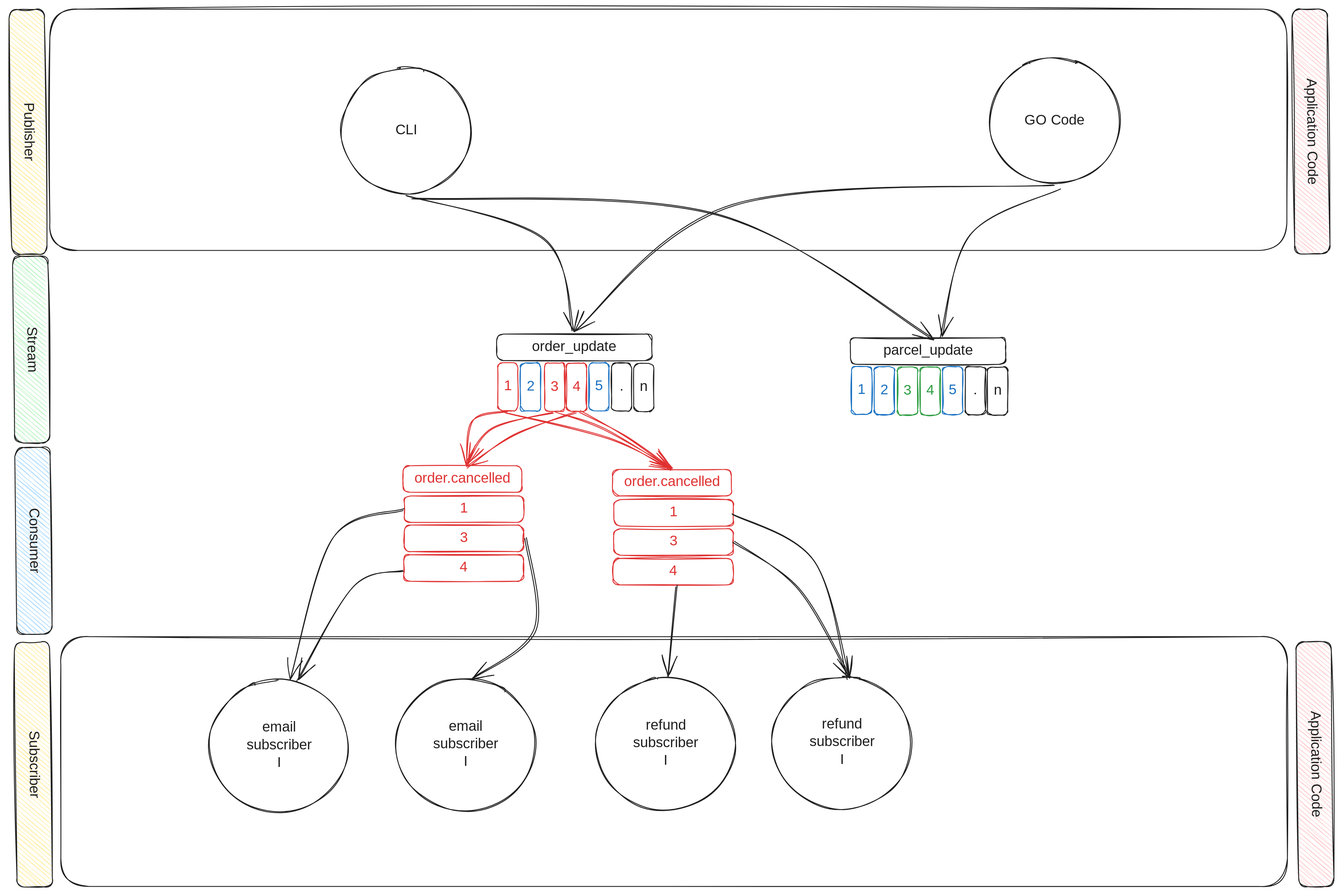
Before: website/static/002-concepts/001-overview/kanthorq-architecture.svg, a diagram exported from Excalidraw (kanthorlabs/kanthorq). Source tidied: one line per element, renumbered; positions are measured from the earlier drawing's top-left corner, leaving out a move shared by most shapes.
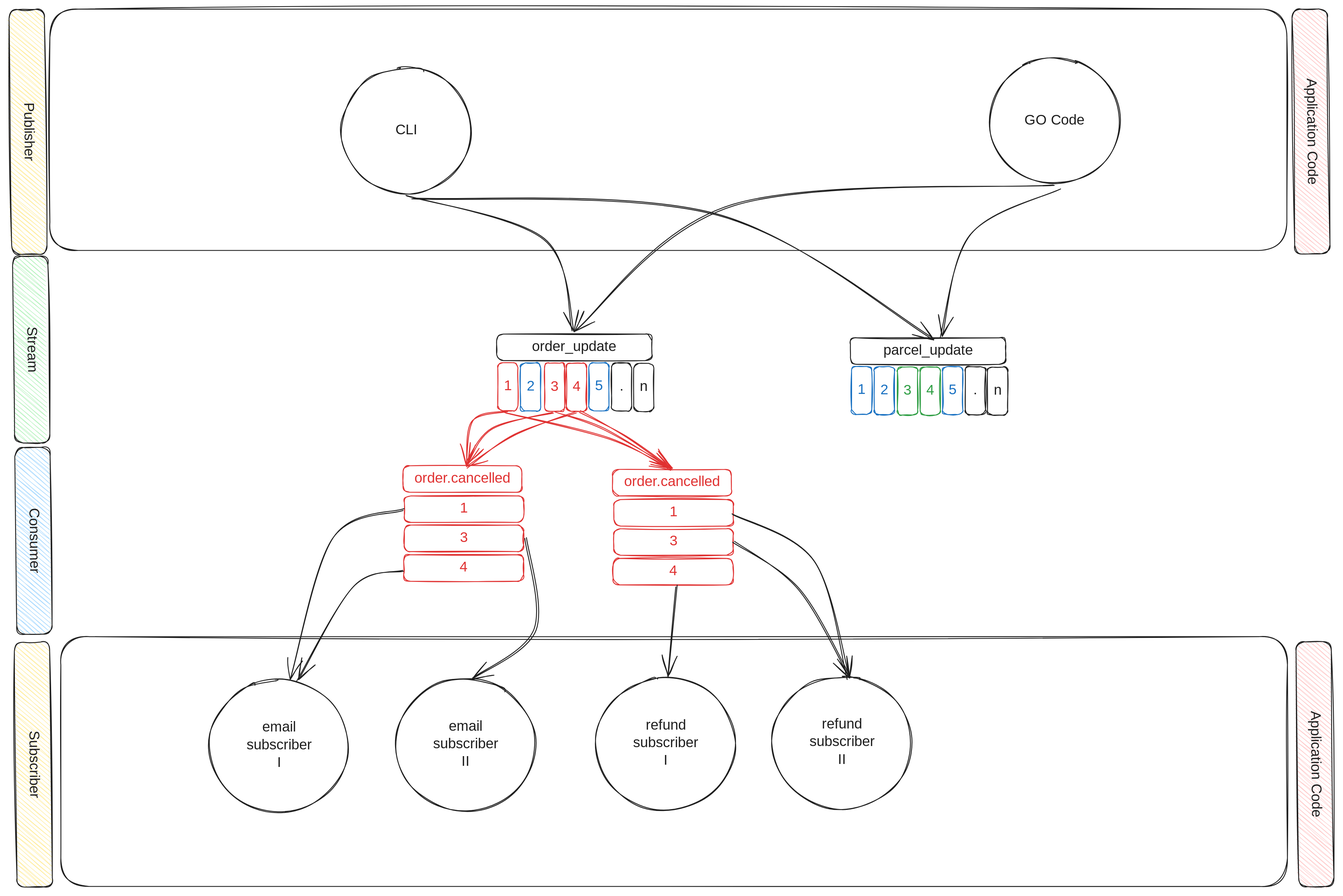
The same file after the commit.

The edit, as a diff of the source:
```diff
@@ -53,9 +53,9 @@
 {"id": 52, "type": "ellipse", "strokeColor": "#1e1e1e", "strokeWidth": 1, "roughness": 1, "round": true, "x": 344, "y": 759, "width": 158, "height": 150}
 {"id": 53, "type": "text", "text": "email\nsubscriber\nI", "strokeColor": "#1e1e1e", "strokeWidth": 1, "roughness": 1, "fontSize": 16, "fontFamily": 1, "textAlign": "center", "verticalAlign": "middle", "inside": 52, "x": 385, "y": 804, "width": 77, "height": 60}
 {"id": 54, "type": "ellipse", "strokeColor": "#1e1e1e", "strokeWidth": 1, "roughness": 1, "round": true, "x": 555, "y": 758, "width": 158, "height": 150}
-{"id": 55, "type": "text", "text": "email\nsubscriber\nI", "strokeColor": "#1e1e1e", "strokeWidth": 1, "roughness": 1, "fontSize": 16, "fontFamily": 1, "textAlign": "center", "verticalAlign": "middle", "inside": 54, "x": 596, "y": 803, "width": 77, "height": 60}
+{"id": 55, "type": "text", "text": "email\nsubscriber\nII", "strokeColor": "#1e1e1e", "strokeWidth": 1, "roughness": 1, "fontSize": 16, "fontFamily": 1, "textAlign": "center", "verticalAlign": "middle", "inside": 54, "x": 596, "y": 803, "width": 77, "height": 60}
 {"id": 56, "type": "ellipse", "strokeColor": "#1e1e1e", "strokeWidth": 1, "roughness": 1, "round": true, "x": 982, "y": 756, "width": 158, "height": 150}
-{"id": 57, "type": "text", "text": "refund\nsubscriber\nI", "strokeColor": "#1e1e1e", "strokeWidth": 1, "roughness": 1, "fontSize": 16, "fontFamily": 1, "textAlign": "center", "verticalAlign": "middle", "inside": 56, "x": 1022, "y": 801, "width": 77, "height": 60}
+{"id": 57, "type": "text", "text": "refund\nsubscriber\nII", "strokeColor": "#1e1e1e", "strokeWidth": 1, "roughness": 1, "fontSize": 16, "fontFamily": 1, "textAlign": "center", "verticalAlign": "middle", "inside": 56, "x": 1022, "y": 801, "width": 77, "height": 60}
 {"id": 58, "type": "ellipse", "strokeColor": "#1e1e1e", "strokeWidth": 1, "roughness": 1, "round": true, "x": 782, "y": 757, "width": 158, "height": 150}
 {"id": 59, "type": "text", "text": "refund\nsubscriber\nI", "strokeColor": "#1e1e1e", "strokeWidth": 1, "roughness": 1, "fontSize": 16, "fontFamily": 1, "textAlign": "center", "verticalAlign": "middle", "inside": 58, "x": 823, "y": 802, "width": 77, "height": 60}
 {"id": 60, "type": "arrow", "strokeColor": "#1e1e1e", "strokeWidth": 1, "roughness": 1, "endArrowhead": "arrow", "round": true, "from": 33, "to": 52, "x": 564, "y": 567, "width": 129, "height": 192, "points": [[0, 0], [-79, 32], [-129, 192]]}
```
